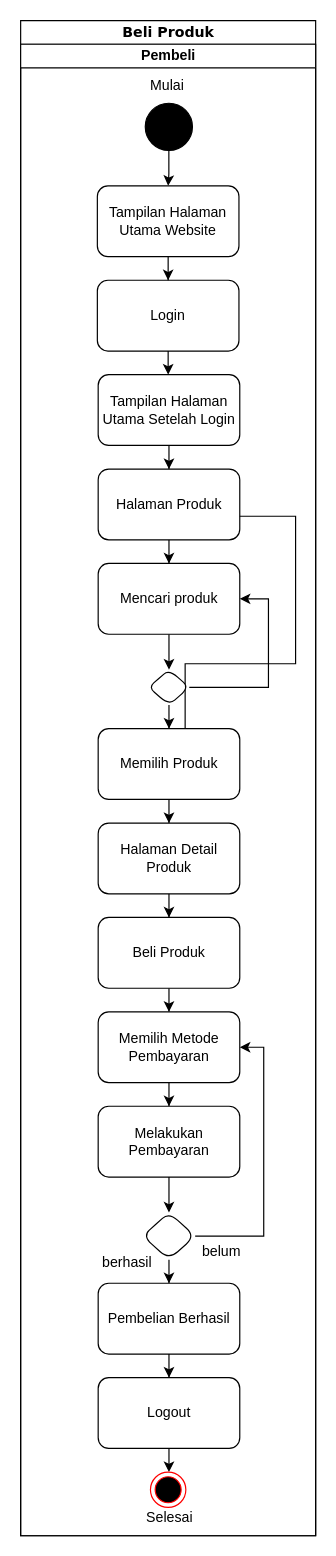
Before: Untitled Diagram.drawio in Al1en131/Project-Portfolio, a draw.io diagram. Source tidied: cells renumbered, new cells numbered last; positions are measured from the earlier drawing's top-left corner, leaving out a move shared by most shapes. Both pictures are drawn from the tidied source at 118%, with x=0, y=0 at pixel (20, 20).
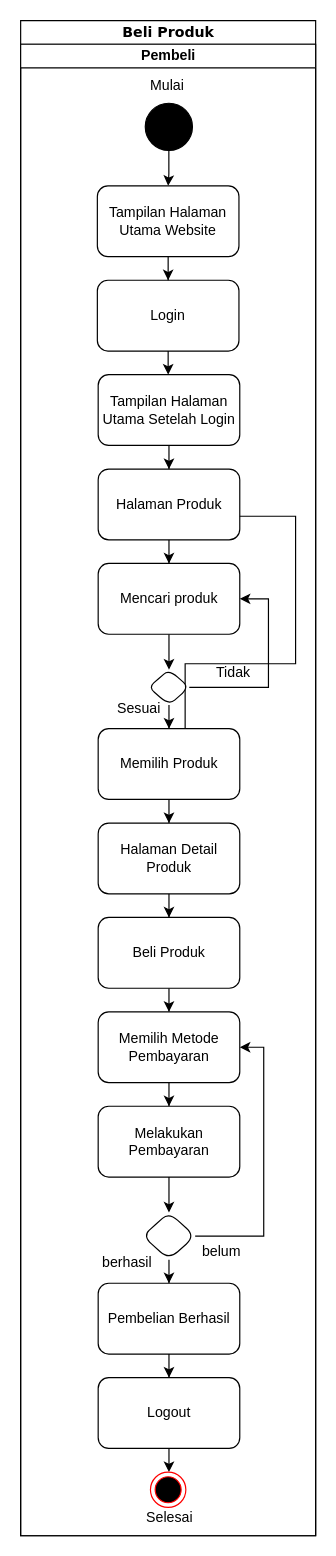
After the change.

Diff of the diagram source:
```diff
@@
+    <mxCell id="43" value="Sesuai" style="text;html=1;align=center;verticalAlign=middle;strokeColor=none;fillColor=none;" parent="1" vertex="1">
+      <mxGeometry x="70" y="568" width="60" height="30" as="geometry" />
+    </mxCell>
+    <mxCell id="44" value="Tidak" style="text;html=1;align=center;verticalAlign=middle;strokeColor=none;fillColor=none;" parent="1" vertex="1">
+      <mxGeometry x="155" y="538" width="50" height="30" as="geometry" />
+    </mxCell>
```
